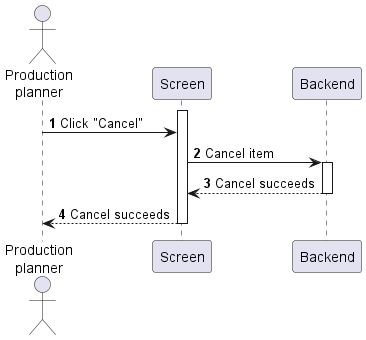
Before: sequences/purchase-requisition-cancel.png, a diagram exported from PlantUML (phihungha/scmss-reqs).
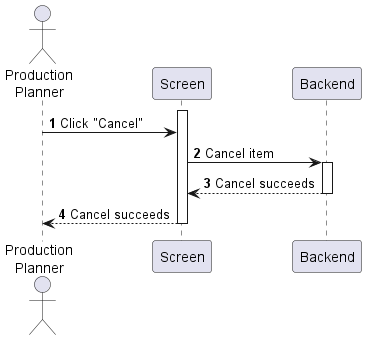
Later version of the same file.

The edit, as a diff of the source:
```diff
@@ -1,7 +1,7 @@
 @startuml purchase-requisition-cancel
 autonumber
 
-actor "Production\nplanner" as a
+actor "Production\nPlanner" as a
 participant Screen as f
 participant Backend as b
 
```
